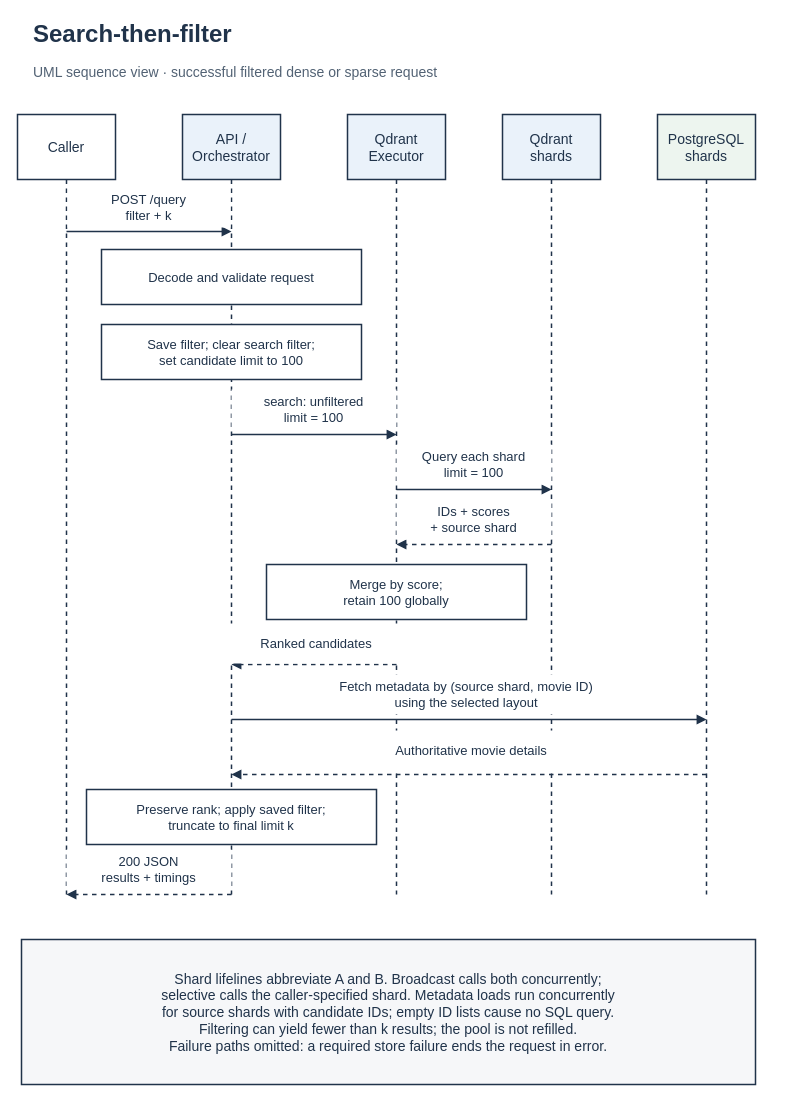
Before: page "search-then-filter" (9 of 12) of report/final/diagrams/diagrams.drawio in devangcx/distributed-retrieval, a draw.io diagram. Source tidied: cells renumbered, new cells numbered last; positions are measured from the earlier drawing's top-left corner, leaving out a move shared by most shapes. Both pictures are drawn from the tidied source at 100%, with x=0, y=0 at pixel (17, 17).
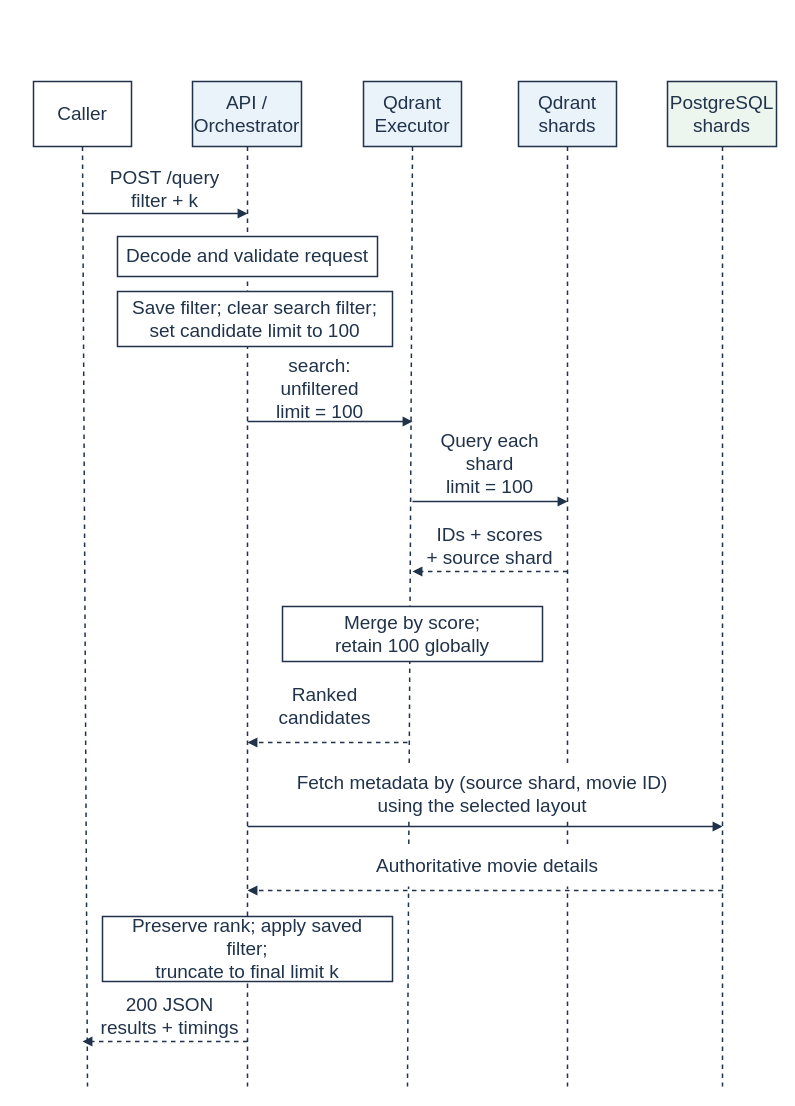
The same diagram, later.

Change to the diagram source:
```diff
@@
-    <mxCell id="2" value="Search-then-filter" style="text;html=0;whiteSpace=wrap;align=left;verticalAlign=middle;fontFamily=Arial;fontSize=24;fontColor=#20334A;fontStyle=1;spacing=12;" parent="1" vertex="1">
-      <mxGeometry x="4" width="734" height="34" as="geometry" />
-    </mxCell>
-    <mxCell id="3" value="UML sequence view · successful filtered dense or sparse request" style="text;html=0;whiteSpace=wrap;align=left;verticalAlign=middle;fontFamily=Arial;fontSize=14;fontColor=#526274;fontStyle=0;spacing=12;" parent="1" vertex="1">
-      <mxGeometry x="4" y="39" width="734" height="32" as="geometry" />
-    </mxCell>
+    <mxCell id="19" value="search: unfiltered&#10;limit = 100" style="text;html=0;fillColor=none;whiteSpace=wrap;align=center;verticalAlign=middle;fontFamily=Arial;fontSize=19;fontColor=#20334A;fontStyle=0;spacing=12;" parent="1" vertex="1">
+      <mxGeometry x="230" y="344" width="145" height="55" as="geometry" />
+    </mxCell>
+    <mxCell id="26" value="Ranked candidates" style="text;html=0;fillColor=none;whiteSpace=wrap;align=center;verticalAlign=middle;fontFamily=Arial;fontSize=19;fontColor=#20334A;fontStyle=0;spacing=12;" parent="1" vertex="1">
+      <mxGeometry x="225" y="669" width="165" height="40" as="geometry" />
+    </mxCell>
-    <mxCell id="4" value="Caller" style="rounded=0;html=0;whiteSpace=wrap;fillColor=#FFFFFF;strokeColor=#20334A;strokeWidth=1.5;fontFamily=Arial;fontSize=14;fontColor=#20334A;spacing=10;" parent="1" vertex="1">
-      <mxGeometry y="97" width="98" height="65" as="geometry" />
+    <mxCell id="4" value="Caller" style="rounded=0;html=0;whiteSpace=wrap;fillColor=#FFFFFF;strokeColor=#20334A;strokeWidth=1.5;fontFamily=Arial;fontSize=19;fontColor=#20334A;spacing=10;" parent="1" vertex="1">
+      <mxGeometry x="16" y="64" width="98" height="65" as="geometry" />
     </mxCell>
-    <mxCell id="5" style="html=0;rounded=0;strokeColor=#20334A;strokeWidth=1.5;endArrow=none;endFill=1;dashed=1;" parent="1" edge="1">
+    <mxCell id="5" style="html=0;rounded=0;strokeColor=#20334A;strokeWidth=1.5;endArrow=none;endFill=1;dashed=1;fontSize=19;" parent="1" edge="1">
       <mxGeometry relative="1" as="geometry">
-        <mxPoint x="49" y="162" as="sourcePoint" />
-        <mxPoint x="49" y="877" as="targetPoint" />
+        <mxPoint x="65" y="129" as="sourcePoint" />
+        <mxPoint x="70" y="1069" as="targetPoint" />
       </mxGeometry>
     </mxCell>
-    <mxCell id="6" value="API /&#10;Orchestrator" style="rounded=0;html=0;whiteSpace=wrap;fillColor=#EAF2FA;strokeColor=#20334A;strokeWidth=1.5;fontFamily=Arial;fontSize=14;fontColor=#20334A;spacing=10;" parent="1" vertex="1">
-      <mxGeometry x="165" y="97" width="98" height="65" as="geometry" />
+    <mxCell id="6" value="API /&#10;Orchestrator" style="rounded=0;html=0;whiteSpace=wrap;fillColor=#EAF2FA;strokeColor=#20334A;strokeWidth=1.5;fontFamily=Arial;fontSize=19;fontColor=#20334A;spacing=10;" parent="1" vertex="1">
+      <mxGeometry x="175" y="64" width="109" height="65" as="geometry" />
     </mxCell>
-    <mxCell id="7" style="html=0;rounded=0;strokeColor=#20334A;strokeWidth=1.5;endArrow=none;endFill=1;dashed=1;" parent="1" edge="1">
+    <mxCell id="7" style="html=0;rounded=0;strokeColor=#20334A;strokeWidth=1.5;endArrow=none;endFill=1;dashed=1;fontSize=19;" parent="1" edge="1">
       <mxGeometry relative="1" as="geometry">
-        <mxPoint x="214" y="162" as="sourcePoint" />
-        <mxPoint x="214" y="877" as="targetPoint" />
+        <mxPoint x="230" y="129" as="sourcePoint" />
+        <mxPoint x="230" y="1069" as="targetPoint" />
       </mxGeometry>
     </mxCell>
-    <mxCell id="8" value="Qdrant&#10;Executor" style="rounded=0;html=0;whiteSpace=wrap;fillColor=#EAF2FA;strokeColor=#20334A;strokeWidth=1.5;fontFamily=Arial;fontSize=14;fontColor=#20334A;spacing=10;" parent="1" vertex="1">
-      <mxGeometry x="330" y="97" width="98" height="65" as="geometry" />
+    <mxCell id="8" value="Qdrant&#10;Executor" style="rounded=0;html=0;whiteSpace=wrap;fillColor=#EAF2FA;strokeColor=#20334A;strokeWidth=1.5;fontFamily=Arial;fontSize=19;fontColor=#20334A;spacing=10;" parent="1" vertex="1">
+      <mxGeometry x="346" y="64" width="98" height="65" as="geometry" />
     </mxCell>
-    <mxCell id="9" style="html=0;rounded=0;strokeColor=#20334A;strokeWidth=1.5;endArrow=none;endFill=1;dashed=1;" parent="1" edge="1">
+    <mxCell id="9" style="html=0;rounded=0;strokeColor=#20334A;strokeWidth=1.5;endArrow=none;endFill=1;dashed=1;fontSize=19;" parent="1" edge="1">
       <mxGeometry relative="1" as="geometry">
-        <mxPoint x="379" y="162" as="sourcePoint" />
-        <mxPoint x="379" y="877" as="targetPoint" />
+        <mxPoint x="395" y="129" as="sourcePoint" />
+        <mxPoint x="390" y="1069" as="targetPoint" />
       </mxGeometry>
     </mxCell>
-    <mxCell id="10" value="Qdrant&#10;shards" style="rounded=0;html=0;whiteSpace=wrap;fillColor=#EAF2FA;strokeColor=#20334A;strokeWidth=1.5;fontFamily=Arial;fontSize=14;fontColor=#20334A;spacing=10;" parent="1" vertex="1">
-      <mxGeometry x="485" y="97" width="98" height="65" as="geometry" />
+    <mxCell id="10" value="Qdrant&#10;shards" style="rounded=0;html=0;whiteSpace=wrap;fillColor=#EAF2FA;strokeColor=#20334A;strokeWidth=1.5;fontFamily=Arial;fontSize=19;fontColor=#20334A;spacing=10;" parent="1" vertex="1">
+      <mxGeometry x="501" y="64" width="98" height="65" as="geometry" />
     </mxCell>
-    <mxCell id="11" style="html=0;rounded=0;strokeColor=#20334A;strokeWidth=1.5;endArrow=none;endFill=1;dashed=1;" parent="1" edge="1">
+    <mxCell id="11" style="html=0;rounded=0;strokeColor=#20334A;strokeWidth=1.5;endArrow=none;endFill=1;dashed=1;fontSize=19;" parent="1" edge="1">
       <mxGeometry relative="1" as="geometry">
-        <mxPoint x="534" y="162" as="sourcePoint" />
-        <mxPoint x="534" y="877" as="targetPoint" />
+        <mxPoint x="550" y="129" as="sourcePoint" />
+        <mxPoint x="550" y="1069" as="targetPoint" />
       </mxGeometry>
     </mxCell>
-    <mxCell id="12" value="PostgreSQL&#10;shards" style="rounded=0;html=0;whiteSpace=wrap;fillColor=#EDF5EF;strokeColor=#20334A;strokeWidth=1.5;fontFamily=Arial;fontSize=14;fontColor=#20334A;spacing=10;" parent="1" vertex="1">
-      <mxGeometry x="640" y="97" width="98" height="65" as="geometry" />
+    <mxCell id="12" value="PostgreSQL&#10;shards" style="rounded=0;html=0;whiteSpace=wrap;fillColor=#EDF5EF;strokeColor=#20334A;strokeWidth=1.5;fontFamily=Arial;fontSize=19;fontColor=#20334A;spacing=10;" parent="1" vertex="1">
+      <mxGeometry x="650" y="64" width="109" height="65" as="geometry" />
     </mxCell>
-    <mxCell id="13" style="html=0;rounded=0;strokeColor=#20334A;strokeWidth=1.5;endArrow=none;endFill=1;dashed=1;" parent="1" edge="1">
+    <mxCell id="13" style="html=0;rounded=0;strokeColor=#20334A;strokeWidth=1.5;endArrow=none;endFill=1;dashed=1;fontSize=19;" parent="1" edge="1">
       <mxGeometry relative="1" as="geometry">
-        <mxPoint x="689" y="162" as="sourcePoint" />
-        <mxPoint x="689" y="877" as="targetPoint" />
+        <mxPoint x="705" y="129" as="sourcePoint" />
+        <mxPoint x="705" y="1069" as="targetPoint" />
       </mxGeometry>
     </mxCell>
-    <mxCell id="14" style="html=0;rounded=0;strokeColor=#20334A;strokeWidth=1.5;endArrow=block;endFill=1;" parent="1" edge="1">
+    <mxCell id="14" style="html=0;rounded=0;strokeColor=#20334A;strokeWidth=1.5;endArrow=block;endFill=1;fontSize=19;" parent="1" edge="1">
       <mxGeometry relative="1" as="geometry">
-        <mxPoint x="49" y="214" as="sourcePoint" />
-        <mxPoint x="214" y="214" as="targetPoint" />
+        <mxPoint x="65" y="196" as="sourcePoint" />
+        <mxPoint x="230" y="196" as="targetPoint" />
       </mxGeometry>
     </mxCell>
-    <mxCell id="15" value="POST /query&#10;filter + k" style="text;html=0;fillColor=#FFFFFF;whiteSpace=wrap;align=center;verticalAlign=middle;fontFamily=Arial;fontSize=13;fontColor=#20334A;fontStyle=0;spacing=12;" parent="1" vertex="1">
-      <mxGeometry x="50" y="170" width="163" height="40" as="geometry" />
+    <mxCell id="15" value="POST /query&#10;filter + k" style="text;html=0;fillColor=none;whiteSpace=wrap;align=center;verticalAlign=middle;fontFamily=Arial;fontSize=19;fontColor=#20334A;fontStyle=0;spacing=12;" parent="1" vertex="1">
+      <mxGeometry x="66" y="152" width="163" height="40" as="geometry" />
     </mxCell>
-    <mxCell id="16" value="Decode and validate request" style="rounded=0;html=0;whiteSpace=wrap;fillColor=#FFFFFF;strokeColor=#20334A;strokeWidth=1.5;fontFamily=Arial;fontSize=13;fontColor=#20334A;spacing=10;" parent="1" vertex="1">
-      <mxGeometry x="84" y="232" width="260" height="55" as="geometry" />
+    <mxCell id="16" value="Decode and validate request" style="rounded=0;html=0;whiteSpace=wrap;fillColor=#FFFFFF;strokeColor=#20334A;strokeWidth=1.5;fontFamily=Arial;fontSize=19;fontColor=#20334A;spacing=10;" parent="1" vertex="1">
+      <mxGeometry x="100" y="219" width="260" height="40" as="geometry" />
     </mxCell>
-    <mxCell id="17" value="Save filter; clear search filter;&#10;set candidate limit to 100" style="rounded=0;html=0;whiteSpace=wrap;fillColor=#FFFFFF;strokeColor=#20334A;strokeWidth=1.5;fontFamily=Arial;fontSize=13;fontColor=#20334A;spacing=10;" parent="1" vertex="1">
-      <mxGeometry x="84" y="307" width="260" height="55" as="geometry" />
+    <mxCell id="17" value="Save filter; clear search filter;&#10;set candidate limit to 100" style="rounded=0;html=0;whiteSpace=wrap;fillColor=#FFFFFF;strokeColor=#20334A;strokeWidth=1.5;fontFamily=Arial;fontSize=19;fontColor=#20334A;spacing=10;" parent="1" vertex="1">
+      <mxGeometry x="100" y="274" width="275" height="55" as="geometry" />
     </mxCell>
-    <mxCell id="18" style="html=0;rounded=0;strokeColor=#20334A;strokeWidth=1.5;endArrow=block;endFill=1;" parent="1" edge="1">
+    <mxCell id="18" style="html=0;rounded=0;strokeColor=#20334A;strokeWidth=1.5;endArrow=block;endFill=1;fontSize=19;" parent="1" edge="1">
       <mxGeometry relative="1" as="geometry">
-        <mxPoint x="214" y="417" as="sourcePoint" />
-        <mxPoint x="379" y="417" as="targetPoint" />
+        <mxPoint x="230" y="404" as="sourcePoint" />
+        <mxPoint x="395" y="404" as="targetPoint" />
       </mxGeometry>
     </mxCell>
-    <mxCell id="19" value="search: unfiltered&#10;limit = 100" style="text;html=0;fillColor=#FFFFFF;whiteSpace=wrap;align=center;verticalAlign=middle;fontFamily=Arial;fontSize=13;fontColor=#20334A;fontStyle=0;spacing=12;" parent="1" vertex="1">
-      <mxGeometry x="214" y="372" width="165" height="40" as="geometry" />
-    </mxCell>
-    <mxCell id="20" style="html=0;rounded=0;strokeColor=#20334A;strokeWidth=1.5;endArrow=block;endFill=1;" parent="1" edge="1">
+    <mxCell id="20" style="html=0;rounded=0;strokeColor=#20334A;strokeWidth=1.5;endArrow=block;endFill=1;fontSize=19;" parent="1" edge="1">
       <mxGeometry relative="1" as="geometry">
-        <mxPoint x="379" y="472" as="sourcePoint" />
-        <mxPoint x="534" y="472" as="targetPoint" />
+        <mxPoint x="395" y="484" as="sourcePoint" />
+        <mxPoint x="550" y="484" as="targetPoint" />
       </mxGeometry>
     </mxCell>
-    <mxCell id="21" value="Query each shard&#10;limit = 100" style="text;html=0;fillColor=#FFFFFF;whiteSpace=wrap;align=center;verticalAlign=middle;fontFamily=Arial;fontSize=13;fontColor=#20334A;fontStyle=0;spacing=12;" parent="1" vertex="1">
-      <mxGeometry x="379" y="427" width="155" height="40" as="geometry" />
+    <mxCell id="21" value="Query each shard&#10;limit = 100" style="text;html=0;fillColor=none;whiteSpace=wrap;align=center;verticalAlign=middle;fontFamily=Arial;fontSize=19;fontColor=#20334A;fontStyle=0;spacing=12;" parent="1" vertex="1">
+      <mxGeometry x="400" y="414" width="145" height="65" as="geometry" />
     </mxCell>
-    <mxCell id="22" style="html=0;rounded=0;strokeColor=#20334A;strokeWidth=1.5;endArrow=block;endFill=1;dashed=1;" parent="1" edge="1">
+    <mxCell id="22" style="html=0;rounded=0;strokeColor=#20334A;strokeWidth=1.5;endArrow=block;endFill=1;dashed=1;fontSize=19;" parent="1" edge="1">
       <mxGeometry relative="1" as="geometry">
-        <mxPoint x="534" y="527" as="sourcePoint" />
-        <mxPoint x="379" y="527" as="targetPoint" />
+        <mxPoint x="550" y="554" as="sourcePoint" />
+        <mxPoint x="395" y="554" as="targetPoint" />
       </mxGeometry>
     </mxCell>
-    <mxCell id="23" value="IDs + scores&#10;+ source shard" style="text;html=0;fillColor=#FFFFFF;whiteSpace=wrap;align=center;verticalAlign=middle;fontFamily=Arial;fontSize=13;fontColor=#20334A;fontStyle=0;spacing=12;" parent="1" vertex="1">
-      <mxGeometry x="379" y="482" width="155" height="40" as="geometry" />
+    <mxCell id="23" value="IDs + scores&#10;+ source shard" style="text;html=0;fillColor=none;whiteSpace=wrap;align=center;verticalAlign=middle;fontFamily=Arial;fontSize=19;fontColor=#20334A;fontStyle=0;spacing=12;" parent="1" vertex="1">
+      <mxGeometry x="395" y="509" width="155" height="40" as="geometry" />
     </mxCell>
-    <mxCell id="24" value="Merge by score;&#10;retain 100 globally" style="rounded=0;html=0;whiteSpace=wrap;fillColor=#FFFFFF;strokeColor=#20334A;strokeWidth=1.5;fontFamily=Arial;fontSize=13;fontColor=#20334A;spacing=10;" parent="1" vertex="1">
-      <mxGeometry x="249" y="547" width="260" height="55" as="geometry" />
+    <mxCell id="24" value="Merge by score;&#10;retain 100 globally" style="rounded=0;html=0;whiteSpace=wrap;fillColor=#FFFFFF;strokeColor=#20334A;strokeWidth=1.5;fontFamily=Arial;fontSize=19;fontColor=#20334A;spacing=10;" parent="1" vertex="1">
+      <mxGeometry x="265" y="589" width="260" height="55" as="geometry" />
     </mxCell>
-    <mxCell id="25" style="html=0;rounded=0;strokeColor=#20334A;strokeWidth=1.5;endArrow=block;endFill=1;dashed=1;" parent="1" edge="1">
+    <mxCell id="25" style="html=0;rounded=0;strokeColor=#20334A;strokeWidth=1.5;endArrow=block;endFill=1;dashed=1;fontSize=19;" parent="1" edge="1">
       <mxGeometry relative="1" as="geometry">
-        <mxPoint x="379" y="647" as="sourcePoint" />
-        <mxPoint x="214" y="647" as="targetPoint" />
+        <mxPoint x="390" y="725" as="sourcePoint" />
+        <mxPoint x="230" y="725" as="targetPoint" />
       </mxGeometry>
     </mxCell>
-    <mxCell id="26" value="Ranked candidates" style="text;html=0;fillColor=#FFFFFF;whiteSpace=wrap;align=center;verticalAlign=middle;fontFamily=Arial;fontSize=13;fontColor=#20334A;fontStyle=0;spacing=12;" parent="1" vertex="1">
-      <mxGeometry x="209" y="606" width="180" height="40" as="geometry" />
-    </mxCell>
-    <mxCell id="27" style="html=0;rounded=0;strokeColor=#20334A;strokeWidth=1.5;endArrow=block;endFill=1;" parent="1" edge="1">
+    <mxCell id="27" style="html=0;rounded=0;strokeColor=#20334A;strokeWidth=1.5;endArrow=block;endFill=1;fontSize=19;" parent="1" edge="1">
       <mxGeometry relative="1" as="geometry">
-        <mxPoint x="214" y="702" as="sourcePoint" />
-        <mxPoint x="689" y="702" as="targetPoint" />
+        <mxPoint x="230" y="809" as="sourcePoint" />
+        <mxPoint x="705" y="809" as="targetPoint" />
       </mxGeometry>
     </mxCell>
-    <mxCell id="28" value="Fetch metadata by (source shard, movie ID)&#10;using the selected layout" style="text;html=0;fillColor=#FFFFFF;whiteSpace=wrap;align=center;verticalAlign=middle;fontFamily=Arial;fontSize=13;fontColor=#20334A;fontStyle=0;spacing=12;" parent="1" vertex="1">
-      <mxGeometry x="229" y="657" width="440" height="40" as="geometry" />
+    <mxCell id="28" value="Fetch metadata by (source shard, movie ID)&#10;using the selected layout" style="text;html=0;fillColor=default;whiteSpace=wrap;align=center;verticalAlign=middle;fontFamily=Arial;fontSize=19;fontColor=#20334A;fontStyle=0;spacing=12;" parent="1" vertex="1">
+      <mxGeometry x="245" y="749" width="440" height="55" as="geometry" />
     </mxCell>
-    <mxCell id="29" style="html=0;rounded=0;strokeColor=#20334A;strokeWidth=1.5;endArrow=block;endFill=1;dashed=1;" parent="1" edge="1">
+    <mxCell id="29" style="html=0;rounded=0;strokeColor=#20334A;strokeWidth=1.5;endArrow=block;endFill=1;dashed=1;fontSize=19;" parent="1" edge="1">
       <mxGeometry relative="1" as="geometry">
-        <mxPoint x="689" y="757" as="sourcePoint" />
-        <mxPoint x="214" y="757" as="targetPoint" />
+        <mxPoint x="705" y="873" as="sourcePoint" />
+        <mxPoint x="230" y="873" as="targetPoint" />
       </mxGeometry>
     </mxCell>
-    <mxCell id="30" value="Authoritative movie details" style="text;html=0;fillColor=#FFFFFF;whiteSpace=wrap;align=center;verticalAlign=middle;fontFamily=Arial;fontSize=13;fontColor=#20334A;fontStyle=0;spacing=12;" parent="1" vertex="1">
-      <mxGeometry x="274" y="713" width="360" height="40" as="geometry" />
+    <mxCell id="30" value="Authoritative movie details" style="text;html=0;fillColor=default;whiteSpace=wrap;align=center;verticalAlign=middle;fontFamily=Arial;fontSize=19;fontColor=#20334A;fontStyle=0;spacing=12;" parent="1" vertex="1">
+      <mxGeometry x="290" y="829" width="360" height="40" as="geometry" />
     </mxCell>
-    <mxCell id="31" value="Preserve rank; apply saved filter;&#10;truncate to final limit k" style="rounded=0;html=0;whiteSpace=wrap;fillColor=#FFFFFF;strokeColor=#20334A;strokeWidth=1.5;fontFamily=Arial;fontSize=13;fontColor=#20334A;spacing=10;" parent="1" vertex="1">
-      <mxGeometry x="69" y="772" width="290" height="55" as="geometry" />
+    <mxCell id="31" value="Preserve rank; apply saved filter;&#10;truncate to final limit k" style="rounded=0;html=0;whiteSpace=wrap;fillColor=#FFFFFF;strokeColor=#20334A;strokeWidth=1.5;fontFamily=Arial;fontSize=19;fontColor=#20334A;spacing=10;" parent="1" vertex="1">
+      <mxGeometry x="85" y="899" width="290" height="65" as="geometry" />
     </mxCell>
-    <mxCell id="32" style="html=0;rounded=0;strokeColor=#20334A;strokeWidth=1.5;endArrow=block;endFill=1;dashed=1;" parent="1" edge="1">
+    <mxCell id="32" style="html=0;rounded=0;strokeColor=#20334A;strokeWidth=1.5;endArrow=block;endFill=1;dashed=1;fontSize=19;" parent="1" edge="1">
       <mxGeometry relative="1" as="geometry">
-        <mxPoint x="214" y="877" as="sourcePoint" />
-        <mxPoint x="49" y="877" as="targetPoint" />
+        <mxPoint x="230" y="1024" as="sourcePoint" />
+        <mxPoint x="65" y="1024" as="targetPoint" />
       </mxGeometry>
     </mxCell>
-    <mxCell id="33" value="200 JSON&#10;results + timings" style="text;html=0;fillColor=#FFFFFF;whiteSpace=wrap;align=center;verticalAlign=middle;fontFamily=Arial;fontSize=13;fontColor=#20334A;fontStyle=0;spacing=12;" parent="1" vertex="1">
-      <mxGeometry x="49" y="832" width="165" height="40" as="geometry" />
+    <mxCell id="33" value="200 JSON&#10;results + timings" style="text;html=0;fillColor=none;whiteSpace=wrap;align=center;verticalAlign=middle;fontFamily=Arial;fontSize=19;fontColor=#20334A;fontStyle=0;spacing=12;" parent="1" vertex="1">
+      <mxGeometry x="70" y="979" width="165" height="40" as="geometry" />
     </mxCell>
-    <mxCell id="34" value="Shard lifelines abbreviate A and B. Broadcast calls both concurrently;&#10;selective calls the caller-specified shard. Metadata loads run concurrently&#10;for source shards with candidate IDs; empty ID lists cause no SQL query.&#10;Filtering can yield fewer than k results; the pool is not refilled.&#10;Failure paths omitted: a required store failure ends the request in error." style="rounded=0;html=0;whiteSpace=wrap;fillColor=#F6F7F9;strokeColor=#20334A;strokeWidth=1.5;fontFamily=Arial;fontSize=14;fontColor=#20334A;spacing=10;" parent="1" vertex="1">
-      <mxGeometry x="4" y="922" width="734" height="145" as="geometry" />
-    </mxCell>
```
